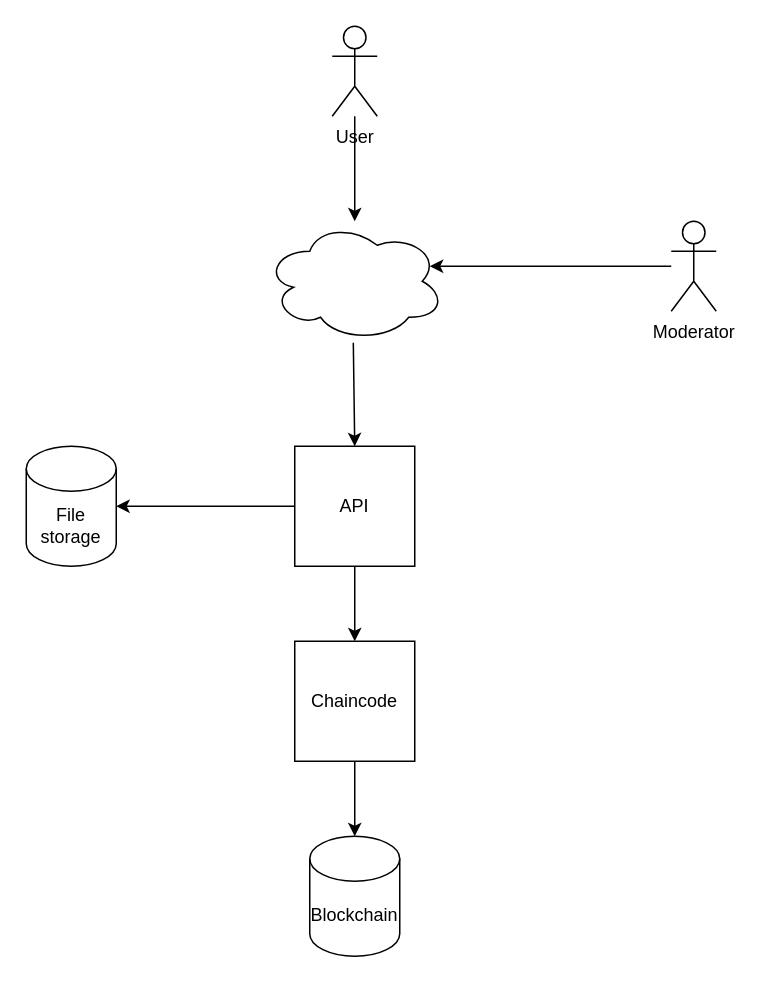
Earlier version of the draw.io diagram page "Общая архитектура" (2 of 6) of DA-API.drawio (ansamoylenko/da-api). Source tidied: cells renumbered, new cells numbered last; positions are measured from the earlier drawing's top-left corner, leaving out a move shared by most shapes. Both pictures are drawn from the tidied source at 150%, with x=0, y=0 at pixel (26, 26).
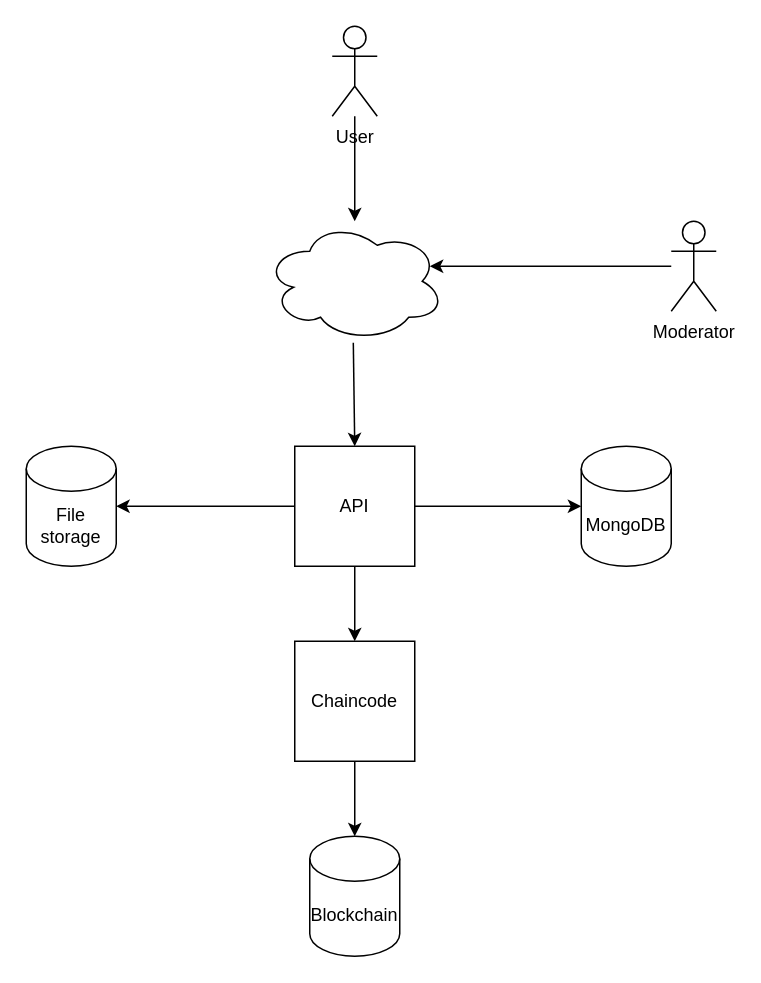
The same page after the edit.

The edit, as a diff of the source:
```diff
@@
 <mxGraphModel>
   <root>
     <mxCell id="0" />
     <mxCell id="1" parent="0" />
     <mxCell id="2" value="&lt;div&gt;User&lt;/div&gt;&lt;div&gt;&lt;br&gt;&lt;/div&gt;" style="shape=umlActor;verticalLabelPosition=bottom;verticalAlign=top;html=1;outlineConnect=0;" parent="1" vertex="1">
       <mxGeometry x="204" width="30" height="60" as="geometry" />
     </mxCell>
     <mxCell id="3" style="ellipse;shape=cloud;whiteSpace=wrap;html=1;" parent="1" vertex="1">
       <mxGeometry x="159" y="130" width="120" height="80" as="geometry" />
     </mxCell>
     <mxCell id="4" style="endArrow=classic;html=1;rounded=0;" parent="1" edge="1" source="2" target="3">
       <mxGeometry relative="1" as="geometry" />
     </mxCell>
     <mxCell id="5" style="endArrow=classic;html=1;rounded=0;exitX=0.492;exitY=1.013;exitDx=0;exitDy=0;exitPerimeter=0;" parent="1" edge="1" source="3">
       <mxGeometry relative="1" as="geometry">
         <mxPoint x="219" y="280" as="targetPoint" />
       </mxGeometry>
     </mxCell>
     <mxCell id="6" style="edgeStyle=orthogonalEdgeStyle;rounded=0;jettySize=auto;html=1;" parent="1" edge="1" source="7" target="11">
       <mxGeometry relative="1" as="geometry" />
     </mxCell>
+    <mxCell id="15" style="edgeStyle=orthogonalEdgeStyle;rounded=0;jettySize=auto;html=1;entryX=0;entryY=0.5;entryDx=0;entryDy=0;entryPerimeter=0;" parent="1" edge="1" source="7" target="16">
+      <mxGeometry relative="1" as="geometry" />
+    </mxCell>
     <mxCell id="7" value="&lt;div&gt;API&lt;/div&gt;" style="whiteSpace=wrap;html=1;" parent="1" vertex="1">
       <mxGeometry x="179" y="280" width="80" height="80" as="geometry" />
     </mxCell>
     <mxCell id="8" value="File storage" style="shape=cylinder3;whiteSpace=wrap;html=1;boundedLbl=1;backgroundOutline=1;size=15;" parent="1" vertex="1">
       <mxGeometry y="280" width="60" height="80" as="geometry" />
     </mxCell>
     <mxCell id="9" style="endArrow=classic;html=1;rounded=0;exitX=0;exitY=0.5;exitDx=0;exitDy=0;entryX=1;entryY=0.5;entryDx=0;entryDy=0;entryPerimeter=0;" parent="1" edge="1" source="7" target="8">
       <mxGeometry relative="1" as="geometry" />
     </mxCell>
     <mxCell id="10" style="edgeStyle=orthogonalEdgeStyle;rounded=0;jettySize=auto;html=1;" parent="1" edge="1" source="11" target="12">
       <mxGeometry relative="1" as="geometry" />
     </mxCell>
     <mxCell id="11" value="Chaincode" style="whiteSpace=wrap;html=1;" parent="1" vertex="1">
       <mxGeometry x="179" y="410" width="80" height="80" as="geometry" />
     </mxCell>
     <mxCell id="12" value="Blockchain" style="shape=cylinder3;whiteSpace=wrap;html=1;boundedLbl=1;backgroundOutline=1;size=15;" parent="1" vertex="1">
       <mxGeometry x="189" y="540" width="60" height="80" as="geometry" />
     </mxCell>
     <mxCell id="13" style="edgeStyle=orthogonalEdgeStyle;rounded=0;jettySize=auto;html=1;entryX=0.917;entryY=0.375;entryDx=0;entryDy=0;entryPerimeter=0;" parent="1" edge="1" source="14" target="3">
       <mxGeometry relative="1" as="geometry" />
     </mxCell>
     <mxCell id="14" value="Moderator" style="shape=umlActor;verticalLabelPosition=bottom;verticalAlign=top;html=1;outlineConnect=0;" parent="1" vertex="1">
       <mxGeometry x="430" y="130" width="30" height="60" as="geometry" />
     </mxCell>
+    <mxCell id="16" value="MongoDB" style="shape=cylinder3;whiteSpace=wrap;html=1;boundedLbl=1;backgroundOutline=1;size=15;" parent="1" vertex="1">
+      <mxGeometry x="370" y="280" width="60" height="80" as="geometry" />
+    </mxCell>
   </root>
 </mxGraphModel>
```
